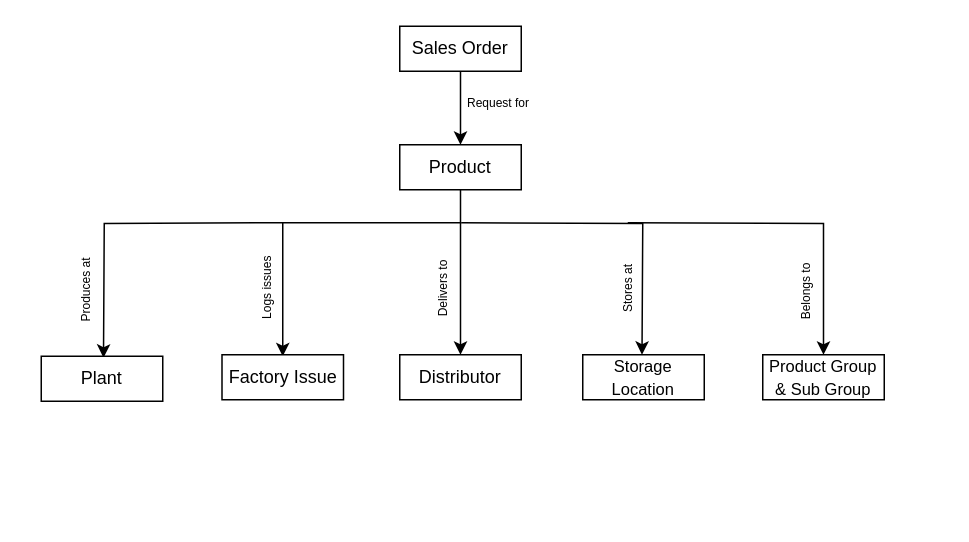
Above: diagrams/Diagram_products.drawio in iman-xosseini/knowledge_graph_project (draw.io), before the change. Source tidied: cells renumbered, new cells numbered last; positions are measured from the earlier drawing's top-left corner, leaving out a move shared by most shapes. Both pictures are drawn from the tidied source at 150%, with x=0, y=0 at pixel (39, 26).
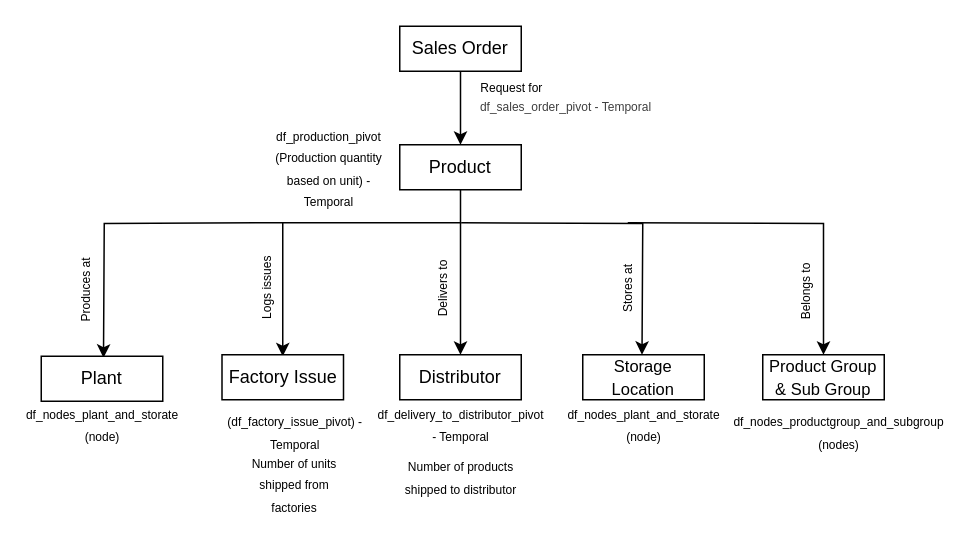
After the change.

Change to the diagram source:
```diff
@@
-    <mxCell id="13" value="&lt;font style=&quot;font-size: 8px;&quot;&gt;Request for&lt;/font&gt;" style="text;html=1;whiteSpace=wrap;strokeColor=none;fillColor=none;align=center;verticalAlign=middle;rounded=0;" parent="1" vertex="1">
-      <mxGeometry x="281" y="40" width="50" height="20" as="geometry" />
+    <mxCell id="13" value="&lt;font style=&quot;font-size: 8px;&quot;&gt;Request for&amp;nbsp;&lt;/font&gt;" style="text;html=1;whiteSpace=wrap;strokeColor=none;fillColor=none;align=center;verticalAlign=middle;rounded=0;" parent="1" vertex="1">
+      <mxGeometry x="281" y="30" width="70" height="20" as="geometry" />
     </mxCell>
@@
+    <mxCell id="21" value="&lt;font style=&quot;font-size: 8px;&quot;&gt;(df_factory_issue_pivot) - Temporal&lt;/font&gt;" style="text;html=1;whiteSpace=wrap;strokeColor=none;fillColor=none;align=center;verticalAlign=middle;rounded=0;" parent="1" vertex="1">
+      <mxGeometry x="120.5" y="260" width="99" height="20" as="geometry" />
+    </mxCell>
+    <mxCell id="22" value="&lt;font style=&quot;font-size: 8px;&quot;&gt;df_production_pivot&lt;br&gt;(Production quantity based on unit) - Temporal&lt;/font&gt;" style="text;html=1;align=center;verticalAlign=middle;whiteSpace=wrap;rounded=0;" parent="1" vertex="1">
+      <mxGeometry x="148" y="79" width="90" height="30" as="geometry" />
+    </mxCell>
+    <mxCell id="23" value="&lt;font style=&quot;font-size: 8px;&quot;&gt;Number of units shipped from factories&lt;/font&gt;" style="text;html=1;align=center;verticalAlign=middle;whiteSpace=wrap;rounded=0;" parent="1" vertex="1">
+      <mxGeometry x="130" y="290" width="80" height="30" as="geometry" />
+    </mxCell>
+    <mxCell id="24" value="&lt;font style=&quot;font-size: 8px;&quot;&gt;df_nodes_productgroup_and_subgroup&lt;/font&gt;&lt;div&gt;&lt;font style=&quot;font-size: 8px;&quot;&gt;(nodes)&lt;/font&gt;&lt;/div&gt;" style="text;html=1;align=center;verticalAlign=middle;whiteSpace=wrap;rounded=0;" parent="1" vertex="1">
+      <mxGeometry x="503" y="255" width="60" height="30" as="geometry" />
+    </mxCell>
+    <mxCell id="25" value="&lt;font style=&quot;font-size: 8px;&quot;&gt;Number of products shipped to distributor&lt;/font&gt;" style="text;html=1;align=center;verticalAlign=middle;whiteSpace=wrap;rounded=0;" parent="1" vertex="1">
+      <mxGeometry x="241" y="285" width="80" height="30" as="geometry" />
+    </mxCell>
+    <mxCell id="26" value="&lt;font style=&quot;font-size: 8px;&quot;&gt;df_delivery_to_distributor_pivot - Temporal&lt;/font&gt;" style="text;html=1;align=center;verticalAlign=middle;whiteSpace=wrap;rounded=0;" parent="1" vertex="1">
+      <mxGeometry x="241" y="250" width="80" height="30" as="geometry" />
+    </mxCell>
+    <mxCell id="27" value="&lt;span style=&quot;color: rgb(63, 63, 63); font-size: 8px;&quot;&gt;df_sales_order_pivot - Temporal&lt;/span&gt;&lt;div&gt;&lt;span style=&quot;color: rgb(63, 63, 63); font-size: 8px;&quot;&gt;&lt;br&gt;&lt;/span&gt;&lt;/div&gt;" style="text;html=1;whiteSpace=wrap;strokeColor=none;fillColor=none;align=center;verticalAlign=middle;rounded=0;" parent="1" vertex="1">
+      <mxGeometry x="251" y="50" width="200" height="20" as="geometry" />
+    </mxCell>
+    <mxCell id="28" value="&lt;font style=&quot;font-size: 8px;&quot;&gt;df_nodes_plant_and_storate&lt;br&gt;(node)&lt;/font&gt;" style="text;html=1;align=center;verticalAlign=middle;whiteSpace=wrap;rounded=0;" parent="1" vertex="1">
+      <mxGeometry x="11.5" y="250" width="60" height="30" as="geometry" />
+    </mxCell>
+    <mxCell id="29" value="&lt;font style=&quot;font-size: 8px;&quot;&gt;df_nodes_plant_and_storate&lt;br&gt;(node)&lt;/font&gt;" style="text;html=1;align=center;verticalAlign=middle;whiteSpace=wrap;rounded=0;" parent="1" vertex="1">
+      <mxGeometry x="372.5" y="250" width="60" height="30" as="geometry" />
+    </mxCell>
```
